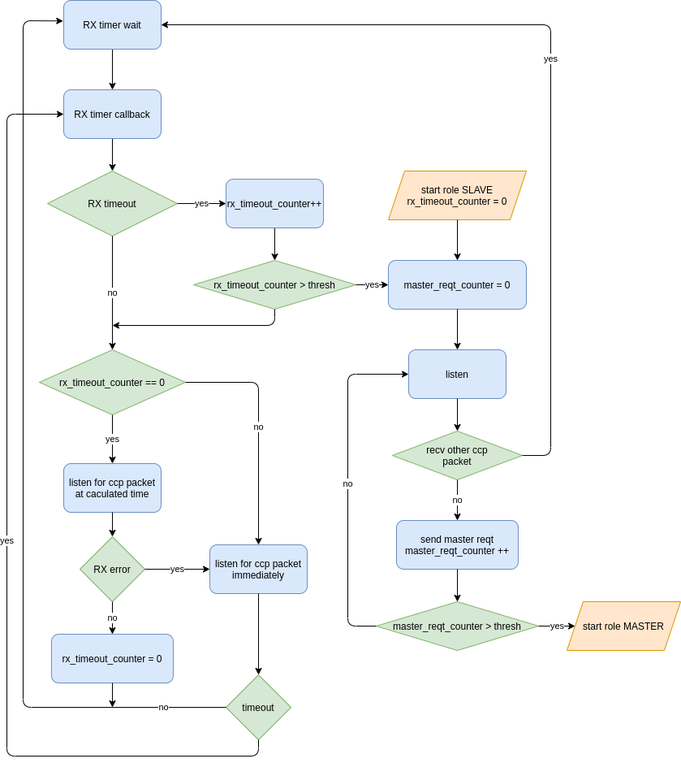
This is reports/03_firmware/img/ccp_slave_flow_chart.png from tuannv-github/uwb-ips, a draw.io export, as it was before one commit. Source tidied: cells renumbered, new cells last; positions are measured from the earlier drawing's top-left corner, leaving out a move shared by most shapes.
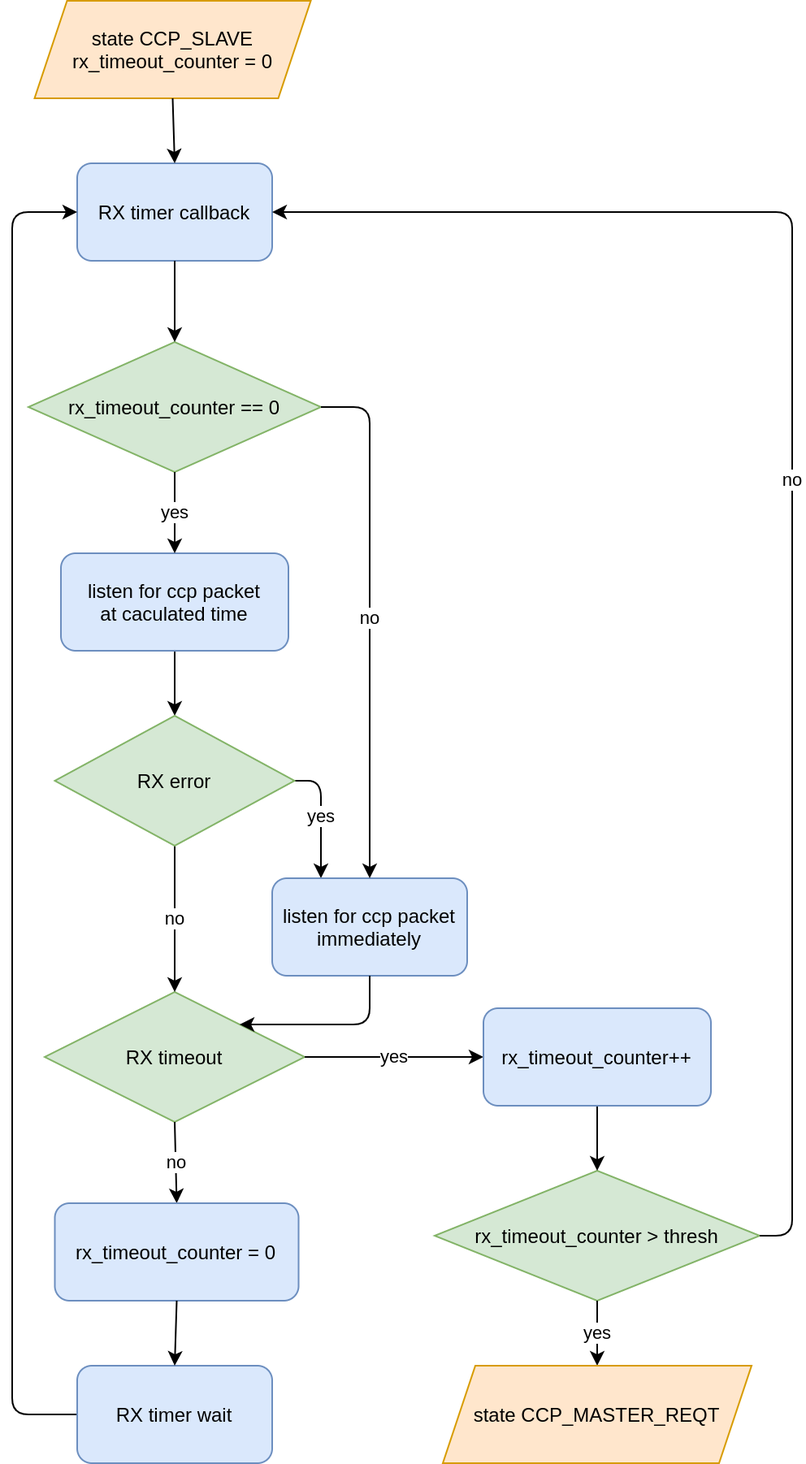
The same file after the commit.

Commit message:
add ccp packet description

What changed in the source:
```diff
@@ -3,162 +3,107 @@
     <mxCell id="0" />
     <mxCell id="1" parent="0" />
     <mxCell id="2" value="&lt;span&gt;RX timeout&lt;/span&gt;" style="rhombus;whiteSpace=wrap;html=1;fillColor=#d5e8d4;strokeColor=#82b366;" parent="1" vertex="1">
-      <mxGeometry x="50" y="210" width="160" height="80" as="geometry" />
+      <mxGeometry x="50" y="590" width="160" height="80" as="geometry" />
     </mxCell>
     <mxCell id="3" value="yes" style="endArrow=classic;html=1;exitX=1;exitY=0.5;exitDx=0;exitDy=0;entryX=0;entryY=0.5;entryDx=0;entryDy=0;" parent="1" edge="1" source="2" target="43">
       <mxGeometry relative="1" as="geometry" />
     </mxCell>
     <mxCell id="4" value="&lt;span&gt;rx_timeout_counter &amp;gt; thresh&lt;/span&gt;" style="rhombus;whiteSpace=wrap;html=1;fillColor=#d5e8d4;strokeColor=#82b366;" parent="1" vertex="1">
-      <mxGeometry x="230" y="320" width="200" height="60" as="geometry" />
+      <mxGeometry x="290" y="700" width="200" height="80" as="geometry" />
     </mxCell>
     <mxCell id="5" style="endArrow=classic;html=1;exitX=0.5;exitY=1;exitDx=0;exitDy=0;entryX=0.5;entryY=0;entryDx=0;entryDy=0;" parent="1" edge="1" source="43" target="4">
       <mxGeometry relative="1" as="geometry" />
     </mxCell>
-    <mxCell id="6" style="endArrow=classic;html=1;exitX=0.5;exitY=1;exitDx=0;exitDy=0;entryX=0.5;entryY=0;entryDx=0;entryDy=0;" parent="1" edge="1" source="21" target="2">
-      <mxGeometry relative="1" as="geometry" />
-    </mxCell>
-    <mxCell id="7" value="listen" style="rounded=1;whiteSpace=wrap;html=1;fillColor=#dae8fc;strokeColor=#6c8ebf;" parent="1" vertex="1">
-      <mxGeometry x="495" y="430" width="120" height="60" as="geometry" />
-    </mxCell>
-    <mxCell id="8" value="send master reqt&lt;br&gt;master_reqt_counter ++" style="rounded=1;whiteSpace=wrap;html=1;fillColor=#dae8fc;strokeColor=#6c8ebf;" parent="1" vertex="1">
-      <mxGeometry x="480" y="640" width="150" height="60" as="geometry" />
-    </mxCell>
-    <mxCell id="9" value="recv other ccp&lt;br&gt;packet" style="rhombus;whiteSpace=wrap;html=1;fillColor=#d5e8d4;strokeColor=#82b366;" parent="1" vertex="1">
-      <mxGeometry x="475" y="530" width="160" height="60" as="geometry" />
-    </mxCell>
-    <mxCell id="10" value="no" style="endArrow=classic;html=1;exitX=0.5;exitY=1;exitDx=0;exitDy=0;entryX=0.5;entryY=0;entryDx=0;entryDy=0;" parent="1" edge="1" source="9" target="8">
-      <mxGeometry relative="1" as="geometry" />
-    </mxCell>
-    <mxCell id="11" value="&lt;span&gt;master_reqt_counter &amp;gt; thresh&lt;/span&gt;" style="rhombus;whiteSpace=wrap;html=1;fillColor=#d5e8d4;strokeColor=#82b366;" parent="1" vertex="1">
-      <mxGeometry x="455" y="740" width="200" height="60" as="geometry" />
-    </mxCell>
-    <mxCell id="12" style="endArrow=classic;html=1;exitX=0.5;exitY=1;exitDx=0;exitDy=0;entryX=0.5;entryY=0;entryDx=0;entryDy=0;" parent="1" edge="1" source="8" target="11">
-      <mxGeometry relative="1" as="geometry" />
-    </mxCell>
-    <mxCell id="13" value="no" style="endArrow=classic;html=1;exitX=0;exitY=0.5;exitDx=0;exitDy=0;entryX=0;entryY=0.5;entryDx=0;entryDy=0;" parent="1" edge="1" source="11" target="7">
-      <mxGeometry relative="1" as="geometry">
-        <Array as="points">
-          <mxPoint x="420" y="770" />
-          <mxPoint x="420" y="460" />
-        </Array>
-      </mxGeometry>
-    </mxCell>
-    <mxCell id="14" style="endArrow=classic;html=1;exitX=0.5;exitY=1;exitDx=0;exitDy=0;" parent="1" edge="1" source="7" target="9">
-      <mxGeometry relative="1" as="geometry" />
-    </mxCell>
-    <mxCell id="15" value="yes" style="endArrow=classic;html=1;exitX=1;exitY=0.5;exitDx=0;exitDy=0;entryX=0;entryY=0.5;entryDx=0;entryDy=0;" parent="1" edge="1" source="11" target="19">
-      <mxGeometry relative="1" as="geometry" />
-    </mxCell>
-    <mxCell id="16" value="&lt;span&gt;master_reqt_counter = 0&lt;/span&gt;" style="rounded=1;whiteSpace=wrap;html=1;fillColor=#dae8fc;strokeColor=#6c8ebf;" parent="1" vertex="1">
-      <mxGeometry x="470" y="320" width="170" height="60" as="geometry" />
-    </mxCell>
-    <mxCell id="17" style="endArrow=classic;html=1;exitX=0.5;exitY=1;exitDx=0;exitDy=0;entryX=0.5;entryY=0;entryDx=0;entryDy=0;" parent="1" edge="1" source="16" target="7">
-      <mxGeometry relative="1" as="geometry" />
-    </mxCell>
-    <mxCell id="18" value="yes" style="endArrow=classic;html=1;entryX=1;entryY=0.5;entryDx=0;entryDy=0;exitX=1;exitY=0.5;exitDx=0;exitDy=0;" parent="1" edge="1" source="9" target="38">
-      <mxGeometry relative="1" as="geometry">
-        <Array as="points">
-          <mxPoint x="670" y="560" />
-          <mxPoint x="670" y="30" />
-        </Array>
-      </mxGeometry>
-    </mxCell>
-    <mxCell id="19" value="&lt;span&gt;start role MASTER&lt;/span&gt;" style="shape=parallelogram;perimeter=parallelogramPerimeter;whiteSpace=wrap;html=1;fixedSize=1;fillColor=#ffe6cc;strokeColor=#d79b00;" parent="1" vertex="1">
-      <mxGeometry x="690" y="740" width="140" height="60" as="geometry" />
-    </mxCell>
-    <mxCell id="20" value="yes" style="endArrow=classic;html=1;exitX=1;exitY=0.5;exitDx=0;exitDy=0;entryX=0;entryY=0.5;entryDx=0;entryDy=0;" parent="1" edge="1" source="4" target="16">
+    <mxCell id="20" value="yes" style="endArrow=classic;html=1;exitX=0.5;exitY=1;exitDx=0;exitDy=0;entryX=0.5;entryY=0;entryDx=0;entryDy=0;" parent="1" edge="1" source="4" target="51">
       <mxGeometry relative="1" as="geometry" />
     </mxCell>
     <mxCell id="21" value="&lt;span&gt;RX timer callback&lt;/span&gt;" style="rounded=1;whiteSpace=wrap;html=1;fillColor=#dae8fc;strokeColor=#6c8ebf;" parent="1" vertex="1">
-      <mxGeometry x="70" y="110" width="120" height="60" as="geometry" />
+      <mxGeometry x="70" y="80" width="120" height="60" as="geometry" />
     </mxCell>
-    <mxCell id="22" value="&lt;span&gt;start role SLAVE&lt;br&gt;&lt;/span&gt;rx_timeout_counter = 0&lt;span&gt;&lt;br&gt;&lt;/span&gt;" style="shape=parallelogram;perimeter=parallelogramPerimeter;whiteSpace=wrap;html=1;fixedSize=1;fillColor=#ffe6cc;strokeColor=#d79b00;" parent="1" vertex="1">
-      <mxGeometry x="470" y="210" width="170" height="60" as="geometry" />
-    </mxCell>
-    <mxCell id="23" style="endArrow=classic;html=1;exitX=0.5;exitY=1;exitDx=0;exitDy=0;" parent="1" edge="1" source="38" target="21">
-      <mxGeometry relative="1" as="geometry" />
+    <mxCell id="23" style="endArrow=classic;html=1;exitX=0;exitY=0.5;exitDx=0;exitDy=0;entryX=0;entryY=0.5;entryDx=0;entryDy=0;" parent="1" edge="1" source="38" target="21">
+      <mxGeometry relative="1" as="geometry">
+        <Array as="points">
+          <mxPoint x="30" y="850" />
+          <mxPoint x="30" y="110" />
+        </Array>
+      </mxGeometry>
     </mxCell>
-    <mxCell id="24" value="no" style="endArrow=classic;html=1;exitX=0.5;exitY=1;exitDx=0;exitDy=0;entryX=0.5;entryY=0;entryDx=0;entryDy=0;" parent="1" edge="1" source="2" target="25">
+    <mxCell id="24" value="no" style="endArrow=classic;html=1;exitX=0.5;exitY=1;exitDx=0;exitDy=0;entryX=0.5;entryY=0;entryDx=0;entryDy=0;" parent="1" edge="1" source="2" target="40">
       <mxGeometry relative="1" as="geometry" />
     </mxCell>
+    <mxCell id="28" value="yes" style="endArrow=classic;html=1;exitX=1;exitY=0.5;exitDx=0;exitDy=0;entryX=0.25;entryY=0;entryDx=0;entryDy=0;" parent="1" edge="1" source="30" target="29">
+      <mxGeometry relative="1" as="geometry">
+        <Array as="points">
+          <mxPoint x="220" y="460" />
+        </Array>
+      </mxGeometry>
+    </mxCell>
+    <mxCell id="29" value="listen for ccp packet&lt;br&gt;immediately" style="rounded=1;whiteSpace=wrap;html=1;fillColor=#dae8fc;strokeColor=#6c8ebf;" parent="1" vertex="1">
+      <mxGeometry x="190" y="520" width="120" height="60" as="geometry" />
+    </mxCell>
+    <mxCell id="32" value="no" style="endArrow=classic;html=1;exitX=0.5;exitY=1;exitDx=0;exitDy=0;" parent="1" edge="1" source="30" target="2">
+      <mxGeometry relative="1" as="geometry" />
+    </mxCell>
+    <mxCell id="34" style="endArrow=classic;html=1;exitX=0.5;exitY=1;exitDx=0;exitDy=0;entryX=1;entryY=0;entryDx=0;entryDy=0;" parent="1" edge="1" source="29" target="2">
+      <mxGeometry relative="1" as="geometry">
+        <Array as="points">
+          <mxPoint x="250" y="610" />
+        </Array>
+      </mxGeometry>
+    </mxCell>
+    <mxCell id="38" value="RX timer wait" style="rounded=1;whiteSpace=wrap;html=1;fillColor=#dae8fc;strokeColor=#6c8ebf;" parent="1" vertex="1">
+      <mxGeometry x="70" y="820" width="120" height="60" as="geometry" />
+    </mxCell>
+    <mxCell id="40" value="&lt;span&gt;rx_timeout_counter = 0&lt;/span&gt;" style="rounded=1;whiteSpace=wrap;html=1;fillColor=#dae8fc;strokeColor=#6c8ebf;" parent="1" vertex="1">
+      <mxGeometry x="56.2" y="720" width="150" height="60" as="geometry" />
+    </mxCell>
+    <mxCell id="43" value="&lt;span style=&quot;font-family: &amp;#34;helvetica&amp;#34;&quot;&gt;rx_timeout_counter++&lt;/span&gt;" style="rounded=1;whiteSpace=wrap;html=1;fillColor=#dae8fc;strokeColor=#6c8ebf;" parent="1" vertex="1">
+      <mxGeometry x="320" y="600" width="140" height="60" as="geometry" />
+    </mxCell>
+    <mxCell id="44" style="endArrow=classic;html=1;exitX=0.5;exitY=1;exitDx=0;exitDy=0;entryX=0.5;entryY=0;entryDx=0;entryDy=0;" parent="1" edge="1" source="26" target="30">
+      <mxGeometry relative="1" as="geometry" />
+    </mxCell>
     <mxCell id="25" value="&lt;span&gt;rx_timeout_counter == 0&lt;/span&gt;" style="rhombus;whiteSpace=wrap;html=1;fillColor=#d5e8d4;strokeColor=#82b366;" parent="1" vertex="1">
-      <mxGeometry x="40" y="430" width="180" height="80" as="geometry" />
+      <mxGeometry x="40" y="190" width="180" height="80" as="geometry" />
     </mxCell>
     <mxCell id="26" value="listen for ccp packet&lt;br&gt;at caculated time" style="rounded=1;whiteSpace=wrap;html=1;fillColor=#dae8fc;strokeColor=#6c8ebf;" parent="1" vertex="1">
-      <mxGeometry x="70" y="570" width="120" height="60" as="geometry" />
+      <mxGeometry x="60" y="320" width="140" height="60" as="geometry" />
     </mxCell>
+    <mxCell id="45" style="endArrow=classic;html=1;exitX=0.5;exitY=1;exitDx=0;exitDy=0;entryX=0.5;entryY=0;entryDx=0;entryDy=0;" parent="1" edge="1" source="21" target="25">
+      <mxGeometry relative="1" as="geometry" />
+    </mxCell>
     <mxCell id="27" value="yes" style="endArrow=classic;html=1;exitX=0.5;exitY=1;exitDx=0;exitDy=0;entryX=0.5;entryY=0;entryDx=0;entryDy=0;" parent="1" edge="1" source="25" target="26">
       <mxGeometry relative="1" as="geometry" />
     </mxCell>
-    <mxCell id="28" value="no" style="endArrow=classic;html=1;exitX=1;exitY=0.5;exitDx=0;exitDy=0;entryX=0.5;entryY=0;entryDx=0;entryDy=0;" parent="1" edge="1" source="25" target="29">
-      <mxGeometry relative="1" as="geometry">
-        <Array as="points">
-          <mxPoint x="310" y="470" />
-        </Array>
-      </mxGeometry>
-    </mxCell>
-    <mxCell id="29" value="listen for ccp packet&lt;br&gt;immediately" style="rounded=1;whiteSpace=wrap;html=1;fillColor=#dae8fc;strokeColor=#6c8ebf;" parent="1" vertex="1">
-      <mxGeometry x="250" y="670" width="120" height="60" as="geometry" />
-    </mxCell>
     <mxCell id="30" value="RX error" style="rhombus;whiteSpace=wrap;html=1;fillColor=#d5e8d4;strokeColor=#82b366;" parent="1" vertex="1">
-      <mxGeometry x="90" y="660" width="80" height="80" as="geometry" />
+      <mxGeometry x="56.2" y="420" width="147.5" height="80" as="geometry" />
     </mxCell>
-    <mxCell id="31" value="yes" style="endArrow=classic;html=1;exitX=1;exitY=0.5;exitDx=0;exitDy=0;" parent="1" edge="1" source="30" target="29">
-      <mxGeometry relative="1" as="geometry" />
-    </mxCell>
-    <mxCell id="32" style="endArrow=classic;html=1;exitX=0.5;exitY=1;exitDx=0;exitDy=0;entryX=0.5;entryY=0;entryDx=0;entryDy=0;" parent="1" edge="1" source="26" target="30">
-      <mxGeometry relative="1" as="geometry" />
-    </mxCell>
-    <mxCell id="33" value="timeout" style="rhombus;whiteSpace=wrap;html=1;fillColor=#d5e8d4;strokeColor=#82b366;" parent="1" vertex="1">
-      <mxGeometry x="270" y="830" width="80" height="80" as="geometry" />
-    </mxCell>
-    <mxCell id="34" style="endArrow=classic;html=1;exitX=0.5;exitY=1;exitDx=0;exitDy=0;entryX=0.5;entryY=0;entryDx=0;entryDy=0;" parent="1" edge="1" source="29" target="33">
-      <mxGeometry relative="1" as="geometry" />
-    </mxCell>
-    <mxCell id="35" value="no" style="endArrow=classic;html=1;exitX=0.5;exitY=1;exitDx=0;exitDy=0;" parent="1" edge="1" source="30" target="40">
-      <mxGeometry relative="1" as="geometry" />
-    </mxCell>
-    <mxCell id="36" value="yes" style="endArrow=classic;html=1;exitX=0.5;exitY=1;exitDx=0;exitDy=0;entryX=0;entryY=0.5;entryDx=0;entryDy=0;" parent="1" edge="1" source="33" target="21">
-      <mxGeometry relative="1" as="geometry">
-        <Array as="points">
-          <mxPoint x="310" y="930" />
-          <mxPoint y="930" />
-          <mxPoint y="140" />
-        </Array>
-      </mxGeometry>
-    </mxCell>
-    <mxCell id="37" value="no" style="endArrow=classic;html=1;exitX=0;exitY=0.5;exitDx=0;exitDy=0;entryX=-0.006;entryY=0.422;entryDx=0;entryDy=0;entryPerimeter=0;" parent="1" edge="1" source="33" target="38">
-      <mxGeometry x="-0.87" relative="1" as="geometry">
-        <Array as="points">
-          <mxPoint x="20" y="870" />
-          <mxPoint x="20" y="25" />
-        </Array>
-      </mxGeometry>
-    </mxCell>
-    <mxCell id="38" value="RX timer wait" style="rounded=1;whiteSpace=wrap;html=1;fillColor=#dae8fc;strokeColor=#6c8ebf;" parent="1" vertex="1">
-      <mxGeometry x="70" width="120" height="60" as="geometry" />
-    </mxCell>
-    <mxCell id="39" style="endArrow=classic;html=1;exitX=0.5;exitY=1;exitDx=0;exitDy=0;entryX=0.5;entryY=0;entryDx=0;entryDy=0;" parent="1" edge="1" source="22" target="16">
-      <mxGeometry relative="1" as="geometry" />
-    </mxCell>
-    <mxCell id="40" value="&lt;span&gt;rx_timeout_counter = 0&lt;/span&gt;" style="rounded=1;whiteSpace=wrap;html=1;fillColor=#dae8fc;strokeColor=#6c8ebf;" parent="1" vertex="1">
-      <mxGeometry x="55" y="780" width="150" height="60" as="geometry" />
-    </mxCell>
-    <mxCell id="41" style="endArrow=classic;html=1;exitX=0.5;exitY=1;exitDx=0;exitDy=0;" parent="1" edge="1" source="40">
-      <mxGeometry relative="1" as="geometry">
-        <mxPoint x="130" y="870" as="targetPoint" />
-      </mxGeometry>
-    </mxCell>
-    <mxCell id="42" style="endArrow=classic;html=1;exitX=0.5;exitY=1;exitDx=0;exitDy=0;" parent="1" edge="1" source="4">
-      <mxGeometry relative="1" as="geometry">
-        <mxPoint x="130" y="400" as="targetPoint" />
-        <Array as="points">
-          <mxPoint x="330" y="400" />
-        </Array>
-      </mxGeometry>
-    </mxCell>
-    <mxCell id="43" value="&lt;span style=&quot;font-family: &amp;#34;helvetica&amp;#34;&quot;&gt;rx_timeout_counter++&lt;/span&gt;" style="rounded=1;whiteSpace=wrap;html=1;fillColor=#dae8fc;strokeColor=#6c8ebf;" parent="1" vertex="1">
-      <mxGeometry x="270" y="220" width="120" height="60" as="geometry" />
-    </mxCell>
+    <mxCell id="46" value="no" style="endArrow=classic;html=1;exitX=1;exitY=0.5;exitDx=0;exitDy=0;entryX=1;entryY=0.5;entryDx=0;entryDy=0;" parent="1" edge="1" source="4" target="21">
+      <mxGeometry relative="1" as="geometry">
+        <Array as="points">
+          <mxPoint x="510" y="740" />
+          <mxPoint x="510" y="110" />
+        </Array>
+      </mxGeometry>
+    </mxCell>
+    <mxCell id="47" value="no" style="endArrow=classic;html=1;exitX=1;exitY=0.5;exitDx=0;exitDy=0;entryX=0.5;entryY=0;entryDx=0;entryDy=0;" parent="1" edge="1" source="25" target="29">
+      <mxGeometry relative="1" as="geometry">
+        <Array as="points">
+          <mxPoint x="250" y="230" />
+        </Array>
+      </mxGeometry>
+    </mxCell>
+    <mxCell id="48" value="&lt;span&gt;state CCP_SLAVE&lt;br&gt;&lt;/span&gt;rx_timeout_counter = 0&lt;span&gt;&lt;br&gt;&lt;/span&gt;" style="shape=parallelogram;perimeter=parallelogramPerimeter;whiteSpace=wrap;html=1;fixedSize=1;fillColor=#ffe6cc;strokeColor=#d79b00;" parent="1" vertex="1">
+      <mxGeometry x="43.8" y="-20" width="170" height="60" as="geometry" />
+    </mxCell>
+    <mxCell id="49" style="endArrow=classic;html=1;entryX=0.5;entryY=0;entryDx=0;entryDy=0;exitX=0.5;exitY=1;exitDx=0;exitDy=0;" parent="1" edge="1" source="48" target="21">
+      <mxGeometry relative="1" as="geometry" />
+    </mxCell>
+    <mxCell id="50" style="endArrow=classic;html=1;exitX=0.5;exitY=1;exitDx=0;exitDy=0;entryX=0.5;entryY=0;entryDx=0;entryDy=0;" parent="1" edge="1" source="40" target="38">
+      <mxGeometry relative="1" as="geometry" />
+    </mxCell>
+    <mxCell id="51" value="&lt;span&gt;state CCP_MASTER_REQT&lt;br&gt;&lt;/span&gt;" style="shape=parallelogram;perimeter=parallelogramPerimeter;whiteSpace=wrap;html=1;fixedSize=1;fillColor=#ffe6cc;strokeColor=#d79b00;" parent="1" vertex="1">
+      <mxGeometry x="295" y="820" width="190" height="60" as="geometry" />
+    </mxCell>
   </root>
 </mxGraphModel>
```
